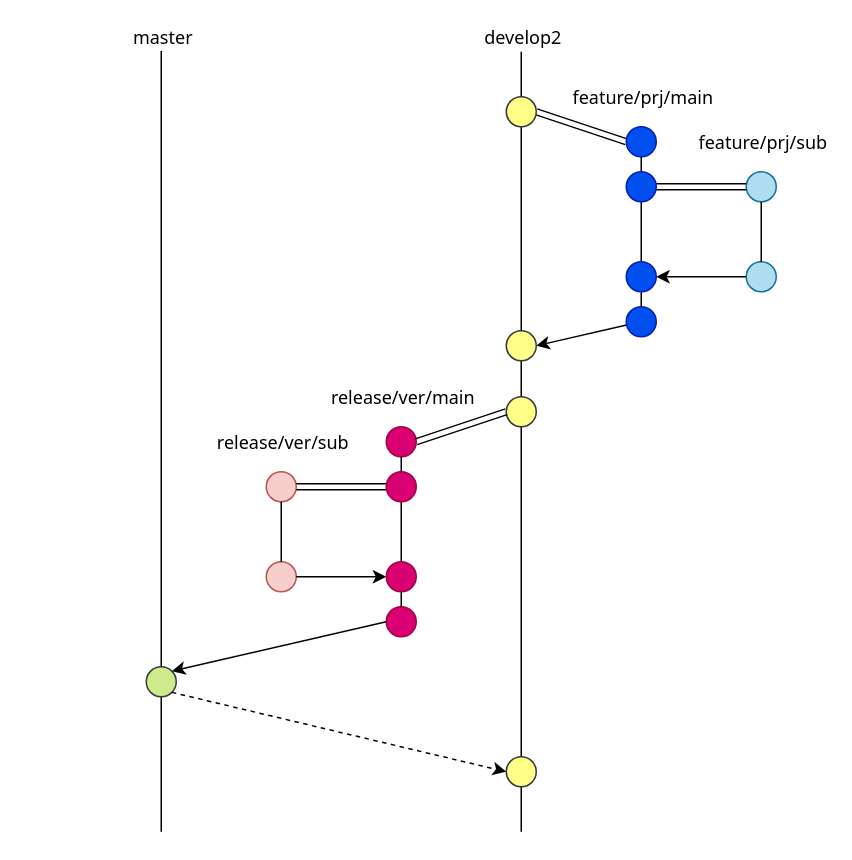
Earlier version of the draw.io diagram github_ops_branch/merge_flow_normal.drawio (PhoneAppli/docbase-draw-io). Source tidied: cells renumbered, new cells numbered last; positions are measured from the earlier drawing's top-left corner, leaving out a move shared by most shapes. Both pictures are drawn from the tidied source at 150%, with x=0, y=0 at pixel (146, 51).
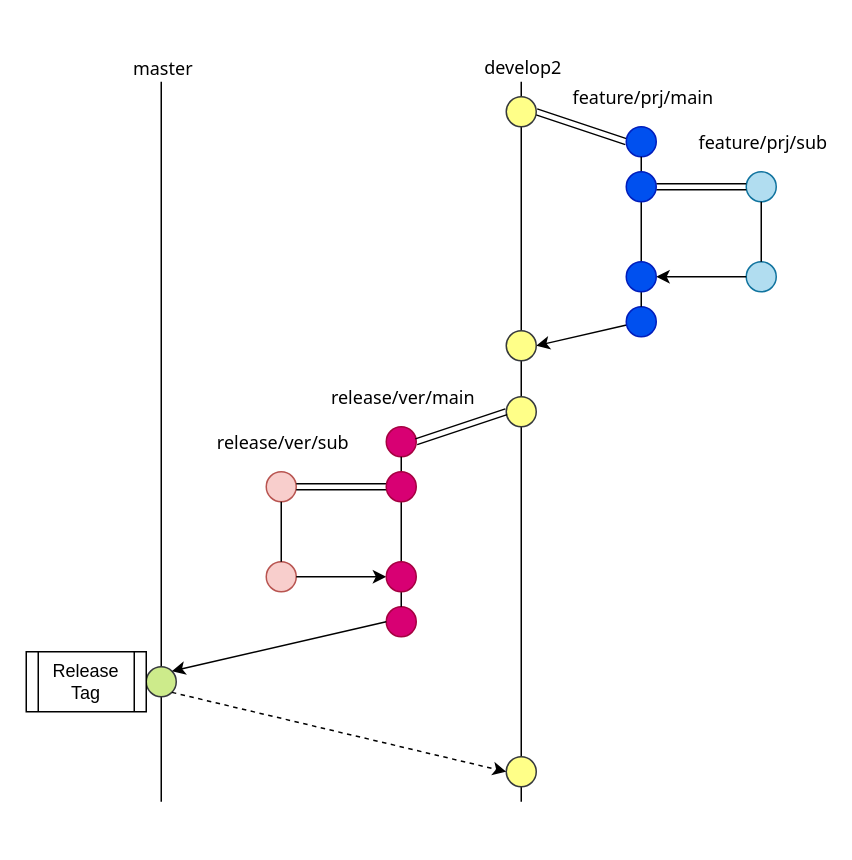
After the change.

Commit message (it also covers changes not shown here):
svg 削除, 図修正

Diff of the diagram source:
```diff
@@
     <mxCell id="2" style="endArrow=none;html=1;labelBackgroundColor=#ffffff;strokeColor=#000000;fontFamily=Tahoma;fontColor=#000000;" parent="1" edge="1">
       <mxGeometry relative="1" as="geometry">
-        <mxPoint x="250" y="520" as="sourcePoint" />
-        <mxPoint x="250" as="targetPoint" />
+        <mxPoint x="250" y="500" as="sourcePoint" />
+        <mxPoint x="250" y="20" as="targetPoint" />
       </mxGeometry>
     </mxCell>
     <mxCell id="3" value="develop2" style="text;html=1;align=center;verticalAlign=middle;labelBackgroundColor=#ffffff;fontFamily=Tahoma;fontColor=#000000;" parent="2" vertex="1">
       <mxGeometry x="0.58" y="-2" relative="1" as="geometry">
-        <mxPoint x="-2" y="-119" as="offset" />
+        <mxPoint x="-2" y="-111" as="offset" />
       </mxGeometry>
     </mxCell>
     <mxCell id="4" style="endArrow=none;html=1;" parent="1" edge="1">
       <mxGeometry relative="1" as="geometry">
-        <mxPoint x="10" y="520" as="sourcePoint" />
-        <mxPoint x="10" y="-0.5" as="targetPoint" />
+        <mxPoint x="10" y="500" as="sourcePoint" />
+        <mxPoint x="10" y="20" as="targetPoint" />
       </mxGeometry>
     </mxCell>
     <mxCell id="5" value="master" style="text;html=1;align=center;verticalAlign=middle;labelBackgroundColor=#ffffff;fontFamily=Tahoma;fontColor=#000000;" parent="4" vertex="1">
       <mxGeometry x="0.46" relative="1" as="geometry">
-        <mxPoint y="-150" as="offset" />
+        <mxPoint y="-139" as="offset" />
       </mxGeometry>
     </mxCell>
@@
+    <mxCell id="41" value="Release&lt;br&gt;Tag" style="shape=process;whiteSpace=wrap;html=1;backgroundOutline=1;" parent="1" vertex="1">
+      <mxGeometry x="-80" y="400" width="80" height="40" as="geometry" />
+    </mxCell>
```
